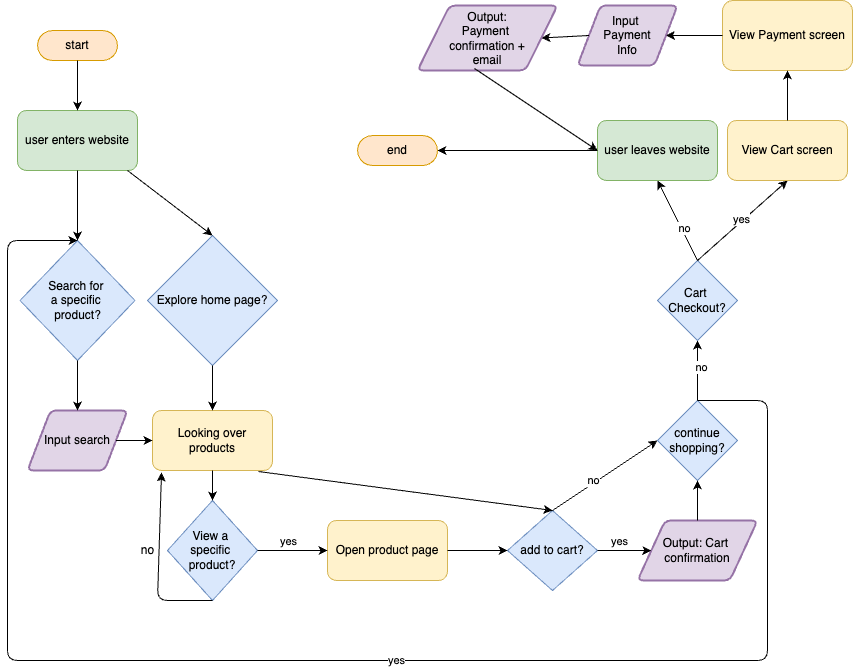
Before: explore/diagramming/diagram.drawio.png, a diagram exported from draw.io (fnuanu1/sp25-cse110-lab4). Source tidied: cells renumbered, new cells last; positions are measured from the earlier drawing's top-left corner, leaving out a move shared by most shapes.
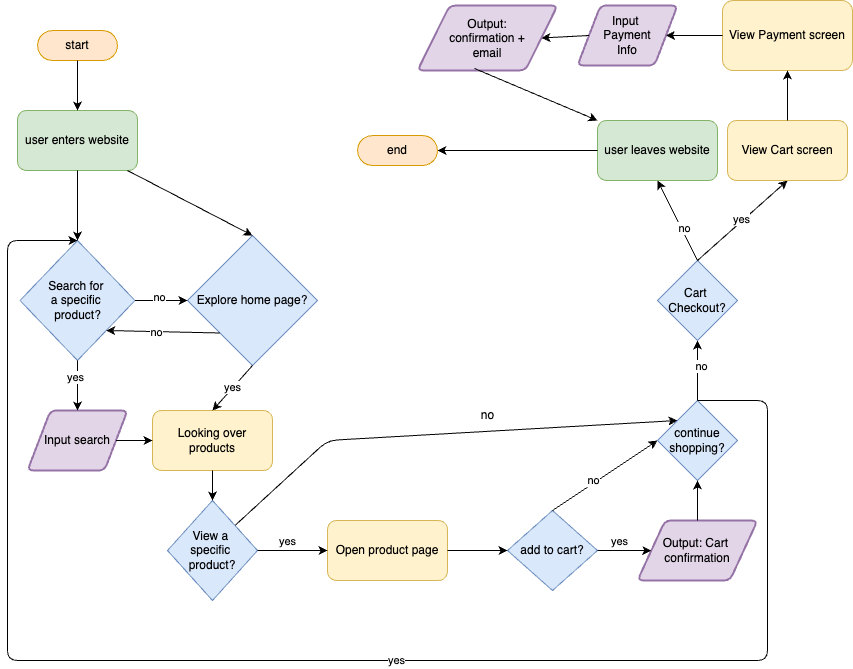
After the commit.

Change to the diagram source:
```diff
@@ -18,7 +18,7 @@
       <mxGeometry relative="1" as="geometry" />
     </mxCell>
     <mxCell id="7" value="Explore home page?" style="rhombus;whiteSpace=wrap;html=1;fillColor=#dae8fc;strokeColor=#6c8ebf;" parent="1" vertex="1">
-      <mxGeometry x="140" y="235" width="130" height="130" as="geometry" />
+      <mxGeometry x="180" y="235" width="130" height="130" as="geometry" />
     </mxCell>
     <mxCell id="8" style="endArrow=classic;html=1;entryX=0.5;entryY=0;entryDx=0;entryDy=0;" parent="1" edge="1" target="7">
       <mxGeometry relative="1" as="geometry">
@@ -31,6 +31,9 @@
     <mxCell id="10" style="endArrow=classic;html=1;entryX=0.5;entryY=0;entryDx=0;entryDy=0;exitX=0.5;exitY=1;exitDx=0;exitDy=0;" parent="1" edge="1" source="3" target="9">
       <mxGeometry relative="1" as="geometry" />
     </mxCell>
+    <mxCell id="51" value="yes" style="edgeLabel;html=1;align=center;verticalAlign=middle;" parent="10" vertex="1">
+      <mxGeometry x="-0.36" y="-3" relative="1" as="geometry" />
+    </mxCell>
     <mxCell id="11" value="Looking over products" style="rounded=1;whiteSpace=wrap;html=1;fillColor=#fff2cc;strokeColor=#d6b656;" parent="1" vertex="1">
       <mxGeometry x="145" y="410" width="120" height="60" as="geometry" />
     </mxCell>
@@ -40,6 +43,9 @@
     <mxCell id="13" style="endArrow=classic;html=1;entryX=0.5;entryY=0;entryDx=0;entryDy=0;exitX=0.5;exitY=1;exitDx=0;exitDy=0;" parent="1" edge="1" source="7" target="11">
       <mxGeometry relative="1" as="geometry" />
     </mxCell>
+    <mxCell id="52" value="yes" style="edgeLabel;html=1;align=center;verticalAlign=middle;" parent="13" vertex="1">
+      <mxGeometry x="-0.01" y="-1" relative="1" as="geometry" />
+    </mxCell>
     <mxCell id="14" value="View a&amp;nbsp;&lt;div&gt;specific&amp;nbsp;&lt;/div&gt;&lt;div&gt;product?&lt;/div&gt;" style="shape=rhombus;html=1;dashed=0;whiteSpace=wrap;perimeter=rhombusPerimeter;fillColor=#dae8fc;strokeColor=#6c8ebf;" parent="1" vertex="1">
       <mxGeometry x="160" y="500" width="90" height="100" as="geometry" />
     </mxCell>
@@ -74,15 +80,15 @@
         <mxPoint y="-8" as="offset" />
       </mxGeometry>
     </mxCell>
-    <mxCell id="24" style="endArrow=classic;html=1;exitX=0.5;exitY=1;exitDx=0;exitDy=0;entryX=0.075;entryY=1.033;entryDx=0;entryDy=0;entryPerimeter=0;" parent="1" edge="1" source="14" target="11">
+    <mxCell id="24" style="endArrow=classic;html=1;exitX=1;exitY=0;exitDx=0;exitDy=0;entryX=0;entryY=0;entryDx=0;entryDy=0;" parent="1" edge="1" source="14" target="26">
       <mxGeometry relative="1" as="geometry">
         <Array as="points">
-          <mxPoint x="150" y="600" />
+          <mxPoint x="320" y="440" />
         </Array>
       </mxGeometry>
     </mxCell>
     <mxCell id="25" value="no" style="text;html=1;align=center;verticalAlign=middle;strokeColor=none;fillColor=none;" parent="1" vertex="1">
-      <mxGeometry x="120" y="535" width="40" height="30" as="geometry" />
+      <mxGeometry x="460" y="400" width="40" height="30" as="geometry" />
     </mxCell>
     <mxCell id="26" value="continue shopping?" style="rhombus;whiteSpace=wrap;html=1;fillColor=#dae8fc;strokeColor=#6c8ebf;" parent="1" vertex="1">
       <mxGeometry x="650" y="400" width="80" height="80" as="geometry" />
@@ -103,9 +109,6 @@
     <mxCell id="29" style="endArrow=classic;html=1;exitX=0.5;exitY=0;exitDx=0;exitDy=0;entryX=0.5;entryY=1;entryDx=0;entryDy=0;" parent="1" edge="1" source="21" target="26">
       <mxGeometry relative="1" as="geometry" />
     </mxCell>
-    <mxCell id="30" style="endArrow=classic;html=1;exitX=0.883;exitY=1.017;exitDx=0;exitDy=0;entryX=0.5;entryY=0;entryDx=0;entryDy=0;exitPerimeter=0;" parent="1" edge="1" source="11" target="19">
-      <mxGeometry relative="1" as="geometry" />
-    </mxCell>
     <mxCell id="31" style="endArrow=classic;html=1;exitX=0.5;exitY=0;exitDx=0;exitDy=0;entryX=0;entryY=0.5;entryDx=0;entryDy=0;" parent="1" edge="1" source="19" target="26">
       <mxGeometry relative="1" as="geometry" />
     </mxCell>
@@ -160,10 +163,10 @@
     <mxCell id="46" style="endArrow=classic;html=1;exitX=0;exitY=0.5;exitDx=0;exitDy=0;entryX=1;entryY=0.5;entryDx=0;entryDy=0;" parent="1" edge="1" source="44" target="47">
       <mxGeometry relative="1" as="geometry" />
     </mxCell>
-    <mxCell id="47" value="Output:&lt;div&gt;Payment&amp;nbsp;&lt;/div&gt;&lt;div&gt;confirmation +&lt;/div&gt;&lt;div&gt;email&lt;/div&gt;" style="shape=parallelogram;html=1;strokeWidth=2;perimeter=parallelogramPerimeter;whiteSpace=wrap;rounded=1;arcSize=12;size=0.23;fillColor=#e1d5e7;strokeColor=#9673a6;" parent="1" vertex="1">
+    <mxCell id="47" value="Output:&lt;div&gt;&lt;/div&gt;&lt;div&gt;confirmation +&lt;/div&gt;&lt;div&gt;email&lt;/div&gt;" style="shape=parallelogram;html=1;strokeWidth=2;perimeter=parallelogramPerimeter;whiteSpace=wrap;rounded=1;arcSize=12;size=0.23;fillColor=#e1d5e7;strokeColor=#9673a6;" parent="1" vertex="1">
       <mxGeometry x="410" y="5" width="140" height="65" as="geometry" />
     </mxCell>
-    <mxCell id="48" style="endArrow=classic;html=1;entryX=0;entryY=0.5;entryDx=0;entryDy=0;exitX=0.407;exitY=0.969;exitDx=0;exitDy=0;exitPerimeter=0;" parent="1" edge="1" source="47" target="40">
+    <mxCell id="48" style="endArrow=classic;html=1;entryX=0;entryY=0;entryDx=0;entryDy=0;exitX=0.407;exitY=0.969;exitDx=0;exitDy=0;exitPerimeter=0;" parent="1" edge="1" source="47" target="40">
       <mxGeometry relative="1" as="geometry" />
     </mxCell>
     <mxCell id="49" style="endArrow=classic;html=1;exitX=0;exitY=0.5;exitDx=0;exitDy=0;entryX=1;entryY=0.5;entryDx=0;entryDy=0;entryPerimeter=0;" parent="1" edge="1" source="40" target="50">
@@ -172,5 +175,17 @@
     <mxCell id="50" value="end" style="html=1;dashed=0;whiteSpace=wrap;shape=mxgraph.dfd.start;fillColor=#ffe6cc;strokeColor=#d79b00;" parent="1" vertex="1">
       <mxGeometry x="350" y="135" width="80" height="30" as="geometry" />
     </mxCell>
+    <mxCell id="53" style="endArrow=classic;html=1;entryX=0;entryY=0.5;entryDx=0;entryDy=0;exitX=1;exitY=0.5;exitDx=0;exitDy=0;" parent="1" edge="1" source="3" target="7">
+      <mxGeometry relative="1" as="geometry" />
+    </mxCell>
+    <mxCell id="54" value="no" style="edgeLabel;html=1;align=center;verticalAlign=middle;" parent="53" vertex="1">
+      <mxGeometry x="-0.1" y="4" relative="1" as="geometry" />
+    </mxCell>
+    <mxCell id="55" style="endArrow=classic;html=1;entryX=1;entryY=1;entryDx=0;entryDy=0;exitX=0;exitY=1;exitDx=0;exitDy=0;" parent="1" edge="1" source="7" target="3">
+      <mxGeometry relative="1" as="geometry" />
+    </mxCell>
+    <mxCell id="56" value="no" style="edgeLabel;html=1;align=center;verticalAlign=middle;" parent="55" vertex="1">
+      <mxGeometry x="0.13" relative="1" as="geometry" />
+    </mxCell>
   </root>
 </mxGraphModel>
```
